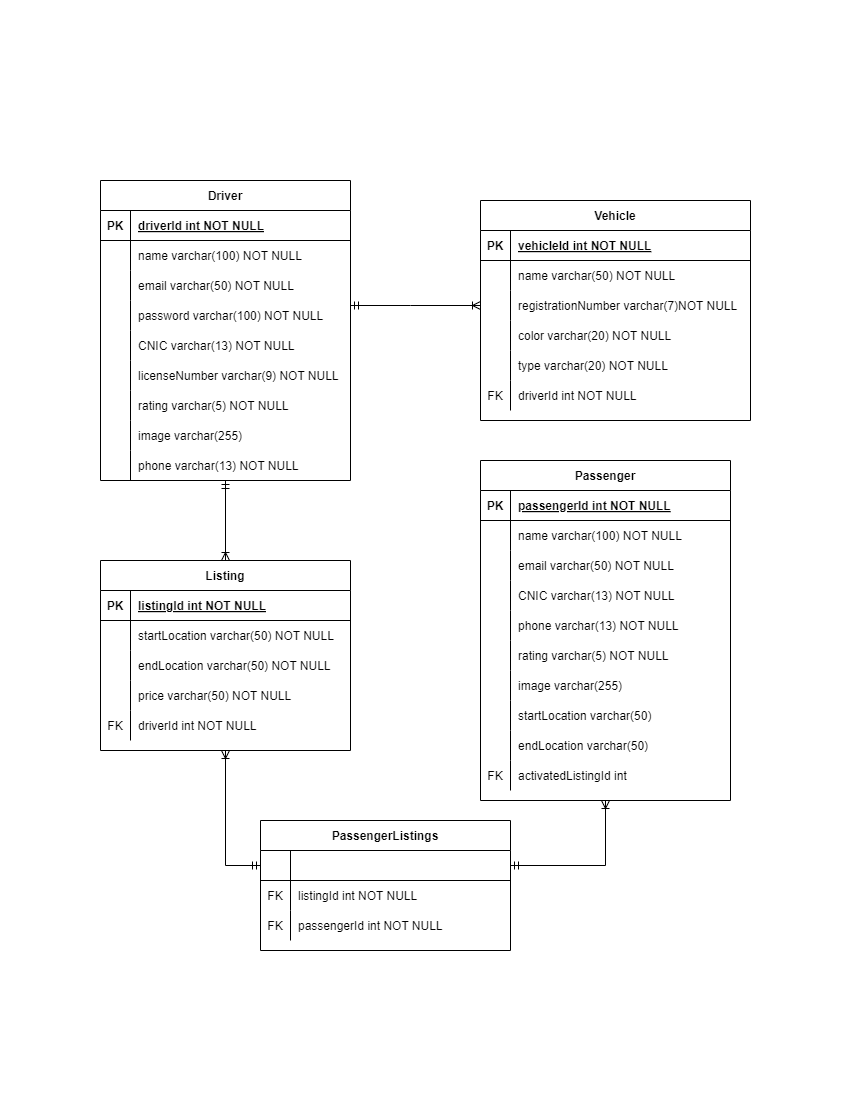
Before: lib/RouteMate ER.png, a diagram exported from draw.io (HuzaifaRizwan1231/route-mate). Source tidied: cells renumbered, new cells last; positions are measured from the earlier drawing's top-left corner, leaving out a move shared by most shapes.
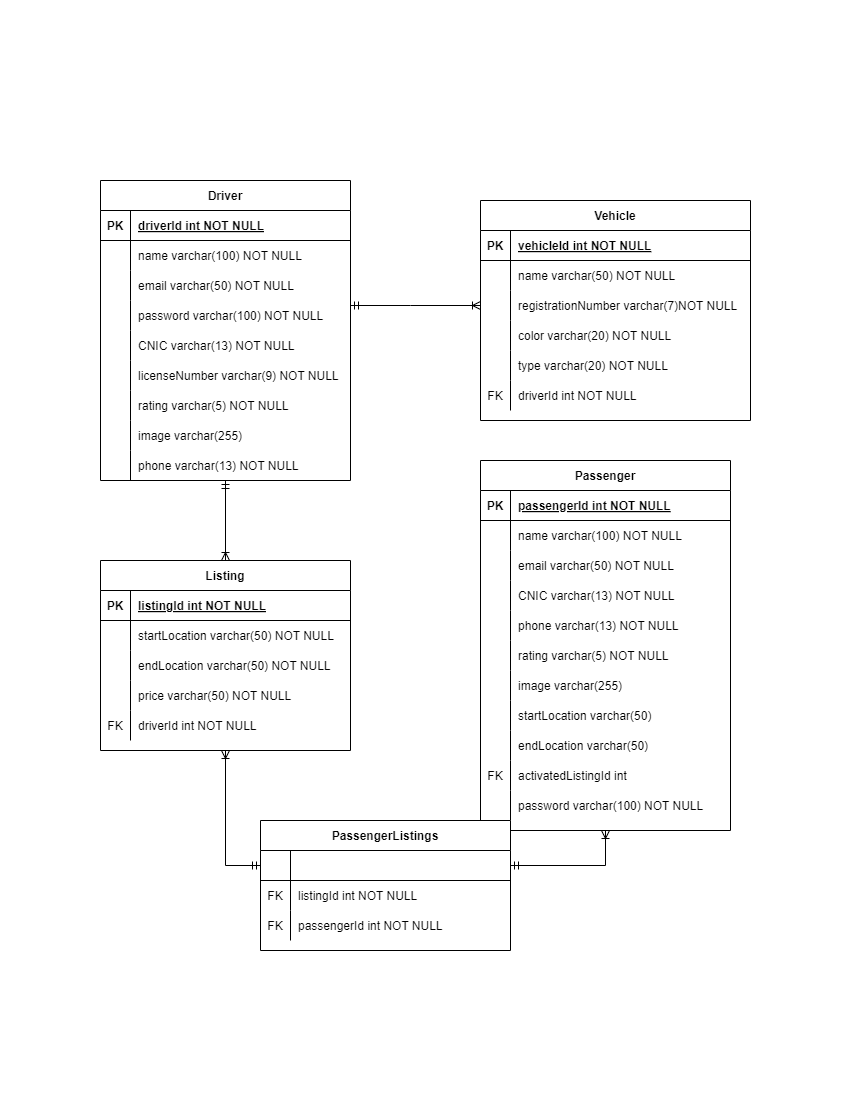
Above is the later version.

Diff of the diagram source:
```diff
@@ -6,7 +6,7 @@
       <mxGeometry relative="1" as="geometry" />
     </mxCell>
     <mxCell id="3" value="Passenger" style="shape=table;startSize=30;rowLines=0;fontStyle=1;align=center;" parent="1" vertex="1">
-      <mxGeometry x="380" y="280" width="250" height="340" as="geometry" />
+      <mxGeometry x="380" y="280" width="250" height="370" as="geometry" />
     </mxCell>
     <mxCell id="4" style="shape=partialRectangle;fillColor=none;top=0;left=0;right=0;bottom=1;" parent="3" vertex="1">
       <mxGeometry y="30" width="250" height="30" as="geometry" />
@@ -98,6 +98,15 @@
     <mxCell id="33" value="activatedListingId int" style="shape=partialRectangle;overflow=hidden;fillColor=none;top=0;left=0;bottom=0;right=0;align=left;spacingLeft=6;" parent="31" vertex="1">
       <mxGeometry x="30" width="220" height="30" as="geometry" />
     </mxCell>
+    <mxCell id="110" style="shape=partialRectangle;fillColor=none;top=0;left=0;right=0;bottom=0;" parent="3" vertex="1">
+      <mxGeometry y="330" width="250" height="30" as="geometry" />
+    </mxCell>
+    <mxCell id="111" style="shape=partialRectangle;overflow=hidden;fillColor=none;top=0;left=0;bottom=0;right=0;" parent="110" vertex="1">
+      <mxGeometry width="30" height="30" as="geometry" />
+    </mxCell>
+    <mxCell id="112" value="password varchar(100) NOT NULL" style="shape=partialRectangle;overflow=hidden;fillColor=none;top=0;left=0;bottom=0;right=0;align=left;spacingLeft=6;" parent="110" vertex="1">
+      <mxGeometry x="30" width="220" height="30" as="geometry" />
+    </mxCell>
     <mxCell id="34" style="edgeStyle=orthogonalEdgeStyle;rounded=0;jettySize=auto;html=1;entryX=0;entryY=0.5;entryDx=0;entryDy=0;startArrow=ERoneToMany;startFill=0;endArrow=ERmandOne;endFill=0;" parent="1" edge="1" source="35" target="81">
       <mxGeometry relative="1" as="geometry">
         <Array as="points">
```
